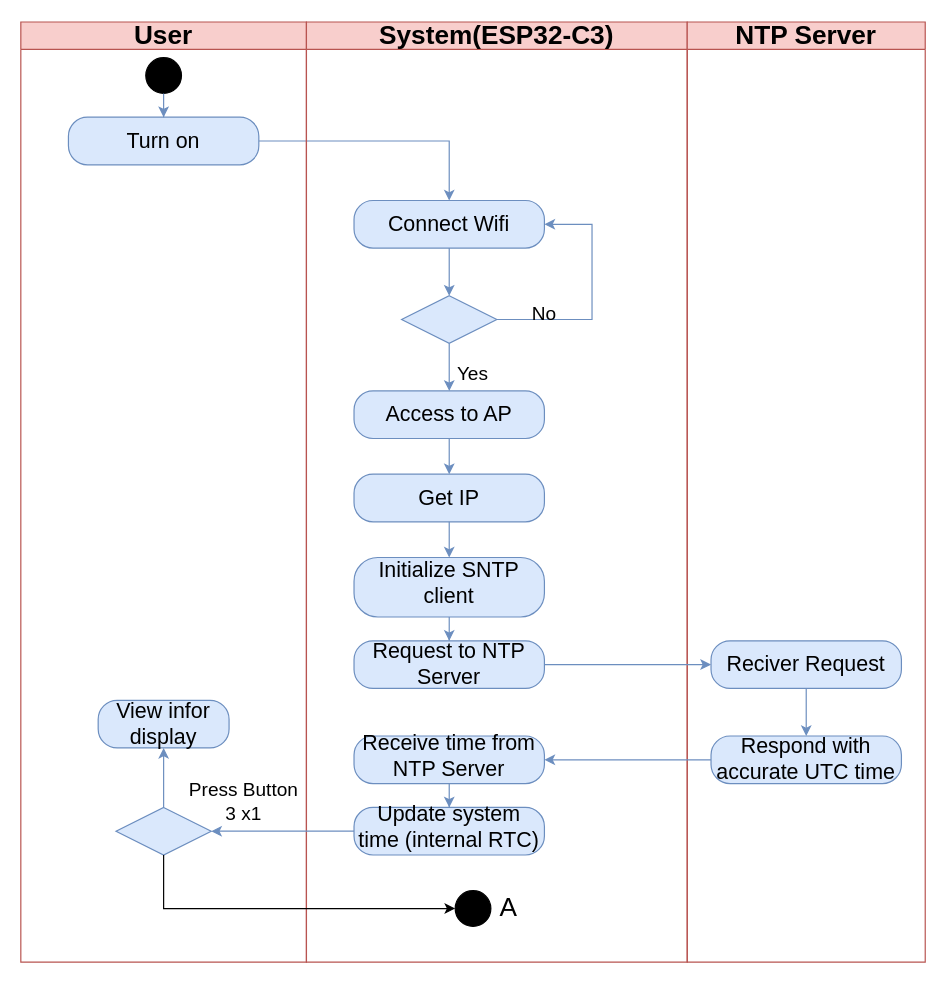
Earlier version of the draw.io diagram page "Activity Alarm Diagram" (10 of 17) of UML.drawio (106210049/CK_RTOS). Source tidied: cells renumbered, new cells numbered last; positions are measured from the earlier drawing's top-left corner, leaving out a move shared by most shapes. Both pictures are drawn from the tidied source at 119%, with x=0, y=0 at pixel (20, 21).
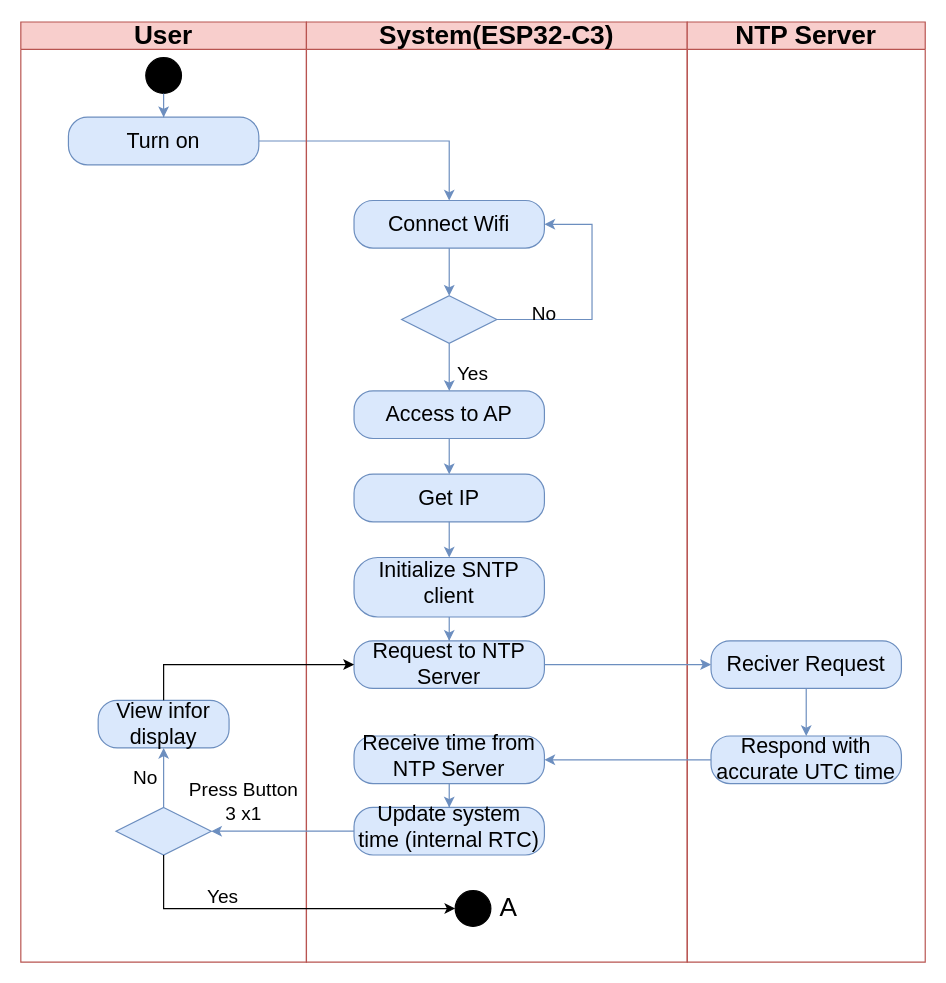
The same page after the edit.

Unchanged cells that the change refers to:
```xml
<mxCell id="12" value="&lt;font style=&quot;font-size: 22px;&quot;&gt;User&lt;/font&gt;" style="swimlane;whiteSpace=wrap;html=1;fillColor=#f8cecc;strokeColor=#b85450;" parent="1" vertex="1">
  <mxGeometry width="240" height="790" as="geometry" />
</mxCell>
<mxCell id="16" value="View infor display" style="rounded=1;whiteSpace=wrap;html=1;arcSize=40;fillColor=#dae8fc;strokeColor=#6c8ebf;fontSize=18;" parent="12" vertex="1">
  <mxGeometry x="65" y="570" width="110" height="40" as="geometry" />
</mxCell>
<mxCell id="33" value="Request to NTP Server" style="rounded=1;whiteSpace=wrap;html=1;arcSize=40;fillColor=#dae8fc;strokeColor=#6c8ebf;fontSize=18;" parent="1" vertex="1">
  <mxGeometry x="280" y="520" width="160" height="40" as="geometry" />
</mxCell>
```

The edit, as a diff of the source:
```diff
@@
+    <mxCell id="39" value="&lt;font style=&quot;font-size: 16px;&quot;&gt;Yes&lt;/font&gt;" style="text;strokeColor=none;align=center;fillColor=none;html=1;verticalAlign=middle;whiteSpace=wrap;rounded=0;" parent="12" vertex="1">
+      <mxGeometry x="140" y="720" width="60" height="30" as="geometry" />
+    </mxCell>
+    <mxCell id="40" value="&lt;font style=&quot;font-size: 16px;&quot;&gt;No&lt;/font&gt;" style="text;strokeColor=none;align=center;fillColor=none;html=1;verticalAlign=middle;whiteSpace=wrap;rounded=0;" parent="12" vertex="1">
+      <mxGeometry x="75" y="620" width="60" height="30" as="geometry" />
+    </mxCell>
@@
+    <mxCell id="41" style="edgeStyle=orthogonalEdgeStyle;rounded=0;jettySize=auto;html=1;exitX=0.5;exitY=0;exitDx=0;exitDy=0;entryX=0;entryY=0.5;entryDx=0;entryDy=0;" parent="1" edge="1" source="16" target="33">
+      <mxGeometry relative="1" as="geometry" />
+    </mxCell>
```
